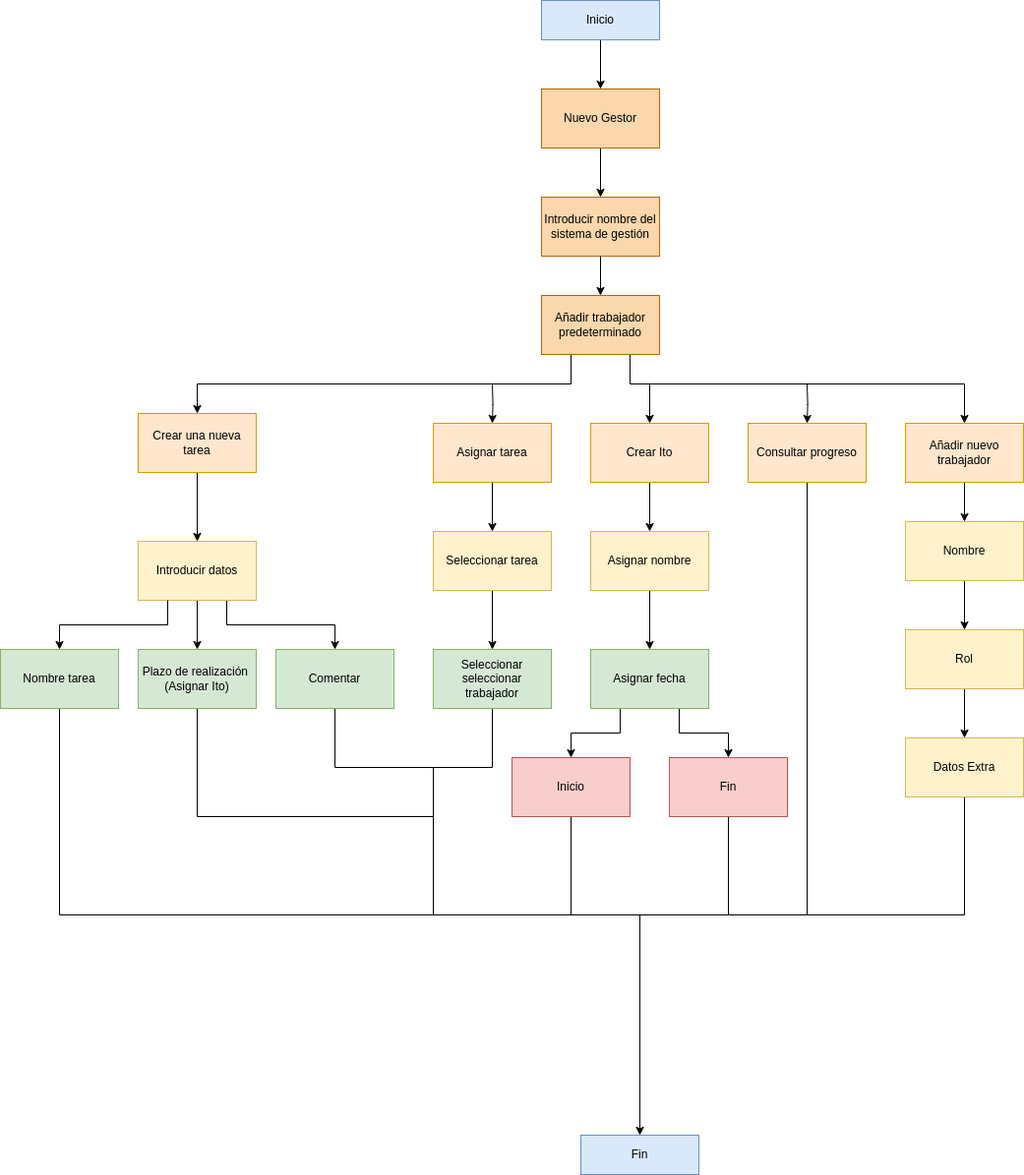
Before: ExamenDiagramaActividades3.png, a diagram exported from draw.io (PeterMartEsc/ETS). Source tidied: cells renumbered, new cells last; positions are measured from the earlier drawing's top-left corner, leaving out a move shared by most shapes. Source of this version:
```xml
<mxGraphModel>
  <root>
    <mxCell id="0" />
    <mxCell id="1" parent="0" />
    <mxCell id="2" style="edgeStyle=orthogonalEdgeStyle;rounded=0;jettySize=auto;html=1;exitX=0.5;exitY=1;exitDx=0;exitDy=0;entryX=0.5;entryY=0;entryDx=0;entryDy=0;" parent="1" edge="1" source="3" target="5">
      <mxGeometry relative="1" as="geometry" />
    </mxCell>
    <mxCell id="3" value="Inicio" style="rounded=0;whiteSpace=wrap;html=1;fillColor=#dae8fc;strokeColor=#6c8ebf;" parent="1" vertex="1">
      <mxGeometry x="550" width="120" height="40" as="geometry" />
    </mxCell>
    <mxCell id="4" style="edgeStyle=orthogonalEdgeStyle;rounded=0;jettySize=auto;html=1;exitX=0.5;exitY=1;exitDx=0;exitDy=0;entryX=0.5;entryY=0;entryDx=0;entryDy=0;" parent="1" edge="1" source="5" target="7">
      <mxGeometry relative="1" as="geometry" />
    </mxCell>
    <mxCell id="5" value="Nuevo Gestor" style="rounded=0;whiteSpace=wrap;html=1;fillColor=#fad7ac;strokeColor=#b46504;" parent="1" vertex="1">
      <mxGeometry x="550" y="90" width="120" height="60" as="geometry" />
    </mxCell>
    <mxCell id="6" style="edgeStyle=orthogonalEdgeStyle;rounded=0;jettySize=auto;html=1;exitX=0.5;exitY=1;exitDx=0;exitDy=0;entryX=0.5;entryY=0;entryDx=0;entryDy=0;" parent="1" edge="1" source="7" target="15">
      <mxGeometry relative="1" as="geometry" />
    </mxCell>
    <mxCell id="7" value="Introducir nombre del sistema de gestión" style="rounded=0;whiteSpace=wrap;html=1;fillColor=#fad7ac;strokeColor=#b46504;" parent="1" vertex="1">
      <mxGeometry x="550" y="200" width="120" height="60" as="geometry" />
    </mxCell>
    <mxCell id="8" style="edgeStyle=orthogonalEdgeStyle;rounded=0;jettySize=auto;html=1;exitX=0.5;exitY=1;exitDx=0;exitDy=0;entryX=0.5;entryY=0;entryDx=0;entryDy=0;" parent="1" edge="1" source="9" target="28">
      <mxGeometry relative="1" as="geometry" />
    </mxCell>
    <mxCell id="9" value="Crear una nueva tarea" style="rounded=0;whiteSpace=wrap;html=1;fillColor=#ffe6cc;strokeColor=#d79b00;" parent="1" vertex="1">
      <mxGeometry x="140" y="420" width="120" height="60" as="geometry" />
    </mxCell>
    <mxCell id="10" style="edgeStyle=orthogonalEdgeStyle;rounded=0;jettySize=auto;html=1;exitX=0.25;exitY=1;exitDx=0;exitDy=0;entryX=0.5;entryY=0;entryDx=0;entryDy=0;" parent="1" edge="1" source="15" target="9">
      <mxGeometry relative="1" as="geometry">
        <Array as="points">
          <mxPoint x="580" y="390" />
          <mxPoint x="200" y="390" />
        </Array>
      </mxGeometry>
    </mxCell>
    <mxCell id="11" style="edgeStyle=orthogonalEdgeStyle;rounded=0;jettySize=auto;html=1;entryX=0.5;entryY=0;entryDx=0;entryDy=0;" parent="1" edge="1" target="17">
      <mxGeometry relative="1" as="geometry">
        <mxPoint x="500" y="390" as="sourcePoint" />
      </mxGeometry>
    </mxCell>
    <mxCell id="12" style="edgeStyle=orthogonalEdgeStyle;rounded=0;jettySize=auto;html=1;exitX=0.75;exitY=1;exitDx=0;exitDy=0;entryX=0.5;entryY=0;entryDx=0;entryDy=0;" parent="1" edge="1" source="15" target="19">
      <mxGeometry relative="1" as="geometry">
        <Array as="points">
          <mxPoint x="640" y="390" />
          <mxPoint x="980" y="390" />
        </Array>
      </mxGeometry>
    </mxCell>
    <mxCell id="13" style="edgeStyle=orthogonalEdgeStyle;rounded=0;jettySize=auto;html=1;entryX=0.5;entryY=0;entryDx=0;entryDy=0;" parent="1" edge="1" target="21">
      <mxGeometry relative="1" as="geometry">
        <mxPoint x="820" y="390" as="sourcePoint" />
      </mxGeometry>
    </mxCell>
    <mxCell id="14" style="edgeStyle=orthogonalEdgeStyle;rounded=0;jettySize=auto;html=1;entryX=0.5;entryY=0;entryDx=0;entryDy=0;" parent="1" edge="1" target="23">
      <mxGeometry relative="1" as="geometry">
        <mxPoint x="660" y="390" as="sourcePoint" />
        <Array as="points">
          <mxPoint x="660" y="390" />
        </Array>
      </mxGeometry>
    </mxCell>
    <mxCell id="15" value="Añadir trabajador predeterminado" style="rounded=0;whiteSpace=wrap;html=1;fillColor=#fad7ac;strokeColor=#b46504;" parent="1" vertex="1">
      <mxGeometry x="550" y="300" width="120" height="60" as="geometry" />
    </mxCell>
    <mxCell id="16" style="edgeStyle=orthogonalEdgeStyle;rounded=0;jettySize=auto;html=1;exitX=0.5;exitY=1;exitDx=0;exitDy=0;entryX=0.5;entryY=0;entryDx=0;entryDy=0;" parent="1" edge="1" source="17" target="33">
      <mxGeometry relative="1" as="geometry" />
    </mxCell>
    <mxCell id="17" value="Asignar tarea" style="rounded=0;whiteSpace=wrap;html=1;fillColor=#ffe6cc;strokeColor=#d79b00;" parent="1" vertex="1">
      <mxGeometry x="440" y="430" width="120" height="60" as="geometry" />
    </mxCell>
    <mxCell id="18" style="edgeStyle=orthogonalEdgeStyle;rounded=0;jettySize=auto;html=1;exitX=0.5;exitY=1;exitDx=0;exitDy=0;entryX=0.5;entryY=0;entryDx=0;entryDy=0;" parent="1" edge="1" source="19" target="48">
      <mxGeometry relative="1" as="geometry" />
    </mxCell>
    <mxCell id="19" value="Añadir nuevo trabajador" style="rounded=0;whiteSpace=wrap;html=1;fillColor=#ffe6cc;strokeColor=#d79b00;" parent="1" vertex="1">
      <mxGeometry x="920" y="430" width="120" height="60" as="geometry" />
    </mxCell>
    <mxCell id="20" style="edgeStyle=orthogonalEdgeStyle;rounded=0;jettySize=auto;html=1;exitX=0.5;exitY=1;exitDx=0;exitDy=0;endArrow=none;endFill=0;" parent="1" edge="1" source="21">
      <mxGeometry relative="1" as="geometry">
        <mxPoint x="740" y="930" as="targetPoint" />
        <Array as="points">
          <mxPoint x="820" y="930" />
        </Array>
      </mxGeometry>
    </mxCell>
    <mxCell id="21" value="Consultar progreso" style="rounded=0;whiteSpace=wrap;html=1;fillColor=#ffe6cc;strokeColor=#d79b00;" parent="1" vertex="1">
      <mxGeometry x="760" y="430" width="120" height="60" as="geometry" />
    </mxCell>
    <mxCell id="22" style="edgeStyle=orthogonalEdgeStyle;rounded=0;jettySize=auto;html=1;exitX=0.5;exitY=1;exitDx=0;exitDy=0;entryX=0.5;entryY=0;entryDx=0;entryDy=0;" parent="1" edge="1" source="23" target="37">
      <mxGeometry relative="1" as="geometry" />
    </mxCell>
    <mxCell id="23" value="Crear Ito" style="rounded=0;whiteSpace=wrap;html=1;fillColor=#ffe6cc;strokeColor=#d79b00;" parent="1" vertex="1">
      <mxGeometry x="600" y="430" width="120" height="60" as="geometry" />
    </mxCell>
    <mxCell id="24" style="edgeStyle=orthogonalEdgeStyle;rounded=0;jettySize=auto;html=1;exitX=0.5;exitY=1;exitDx=0;exitDy=0;entryX=0.5;entryY=0;entryDx=0;entryDy=0;" parent="1" edge="1" source="25" target="53">
      <mxGeometry relative="1" as="geometry">
        <Array as="points">
          <mxPoint x="60" y="930" />
          <mxPoint x="650" y="930" />
        </Array>
      </mxGeometry>
    </mxCell>
    <mxCell id="25" value="Nombre tarea" style="rounded=0;whiteSpace=wrap;html=1;fillColor=#d5e8d4;strokeColor=#82b366;" parent="1" vertex="1">
      <mxGeometry y="660" width="120" height="60" as="geometry" />
    </mxCell>
    <mxCell id="26" style="edgeStyle=orthogonalEdgeStyle;rounded=0;jettySize=auto;html=1;exitX=0.5;exitY=1;exitDx=0;exitDy=0;entryX=0.5;entryY=0;entryDx=0;entryDy=0;" parent="1" edge="1" source="28" target="31">
      <mxGeometry relative="1" as="geometry" />
    </mxCell>
    <mxCell id="27" style="edgeStyle=orthogonalEdgeStyle;rounded=0;jettySize=auto;html=1;exitX=0.75;exitY=1;exitDx=0;exitDy=0;entryX=0.5;entryY=0;entryDx=0;entryDy=0;" parent="1" edge="1" source="28" target="46">
      <mxGeometry relative="1" as="geometry" />
    </mxCell>
    <mxCell id="28" value="Introducir datos" style="rounded=0;whiteSpace=wrap;html=1;fillColor=#fff2cc;strokeColor=#d6b656;" parent="1" vertex="1">
      <mxGeometry x="140" y="550" width="120" height="60" as="geometry" />
    </mxCell>
    <mxCell id="29" style="edgeStyle=orthogonalEdgeStyle;rounded=0;jettySize=auto;html=1;exitX=0.25;exitY=1;exitDx=0;exitDy=0;entryX=0.5;entryY=0;entryDx=0;entryDy=0;" parent="1" edge="1" source="28" target="25">
      <mxGeometry relative="1" as="geometry" />
    </mxCell>
    <mxCell id="30" style="edgeStyle=orthogonalEdgeStyle;rounded=0;jettySize=auto;html=1;exitX=0.5;exitY=1;exitDx=0;exitDy=0;endArrow=none;endFill=0;" parent="1" edge="1" source="31">
      <mxGeometry relative="1" as="geometry">
        <mxPoint x="440" y="930" as="targetPoint" />
        <Array as="points">
          <mxPoint x="200" y="830" />
          <mxPoint x="440" y="830" />
        </Array>
      </mxGeometry>
    </mxCell>
    <mxCell id="31" value="Plazo de realización&amp;nbsp;&lt;br&gt;(Asignar Ito)" style="rounded=0;whiteSpace=wrap;html=1;fillColor=#d5e8d4;strokeColor=#82b366;" parent="1" vertex="1">
      <mxGeometry x="140" y="660" width="120" height="60" as="geometry" />
    </mxCell>
    <mxCell id="32" style="edgeStyle=orthogonalEdgeStyle;rounded=0;jettySize=auto;html=1;exitX=0.5;exitY=1;exitDx=0;exitDy=0;entryX=0.5;entryY=0;entryDx=0;entryDy=0;" parent="1" edge="1" source="33" target="35">
      <mxGeometry relative="1" as="geometry" />
    </mxCell>
    <mxCell id="33" value="Seleccionar tarea" style="rounded=0;whiteSpace=wrap;html=1;fillColor=#fff2cc;strokeColor=#d6b656;" parent="1" vertex="1">
      <mxGeometry x="440" y="540" width="120" height="60" as="geometry" />
    </mxCell>
    <mxCell id="34" style="edgeStyle=orthogonalEdgeStyle;rounded=0;jettySize=auto;html=1;exitX=0.5;exitY=1;exitDx=0;exitDy=0;endArrow=none;endFill=0;" parent="1" edge="1" source="35">
      <mxGeometry relative="1" as="geometry">
        <mxPoint x="440" y="780" as="targetPoint" />
        <Array as="points">
          <mxPoint x="500" y="780" />
        </Array>
      </mxGeometry>
    </mxCell>
    <mxCell id="35" value="Seleccionar seleccionar trabajador" style="rounded=0;whiteSpace=wrap;html=1;fillColor=#d5e8d4;strokeColor=#82b366;" parent="1" vertex="1">
      <mxGeometry x="440" y="660" width="120" height="60" as="geometry" />
    </mxCell>
    <mxCell id="36" style="edgeStyle=orthogonalEdgeStyle;rounded=0;jettySize=auto;html=1;exitX=0.5;exitY=1;exitDx=0;exitDy=0;entryX=0.5;entryY=0;entryDx=0;entryDy=0;" parent="1" edge="1" source="37" target="40">
      <mxGeometry relative="1" as="geometry" />
    </mxCell>
    <mxCell id="37" value="Asignar nombre" style="rounded=0;whiteSpace=wrap;html=1;fillColor=#fff2cc;strokeColor=#d6b656;" parent="1" vertex="1">
      <mxGeometry x="600" y="540" width="120" height="60" as="geometry" />
    </mxCell>
    <mxCell id="38" style="edgeStyle=orthogonalEdgeStyle;rounded=0;jettySize=auto;html=1;exitX=0.25;exitY=1;exitDx=0;exitDy=0;entryX=0.5;entryY=0;entryDx=0;entryDy=0;" parent="1" edge="1" source="40" target="44">
      <mxGeometry relative="1" as="geometry" />
    </mxCell>
    <mxCell id="39" style="edgeStyle=orthogonalEdgeStyle;rounded=0;jettySize=auto;html=1;exitX=0.75;exitY=1;exitDx=0;exitDy=0;entryX=0.5;entryY=0;entryDx=0;entryDy=0;" parent="1" edge="1" source="40" target="42">
      <mxGeometry relative="1" as="geometry" />
    </mxCell>
    <mxCell id="40" value="Asignar fecha" style="rounded=0;whiteSpace=wrap;html=1;fillColor=#d5e8d4;strokeColor=#82b366;" parent="1" vertex="1">
      <mxGeometry x="600" y="660" width="120" height="60" as="geometry" />
    </mxCell>
    <mxCell id="41" style="edgeStyle=orthogonalEdgeStyle;rounded=0;jettySize=auto;html=1;endArrow=none;endFill=0;" parent="1" edge="1" source="42">
      <mxGeometry relative="1" as="geometry">
        <mxPoint x="580" y="930" as="targetPoint" />
        <Array as="points">
          <mxPoint x="740" y="930" />
        </Array>
      </mxGeometry>
    </mxCell>
    <mxCell id="42" value="Fin" style="rounded=0;whiteSpace=wrap;html=1;fillColor=#f8cecc;strokeColor=#b85450;" parent="1" vertex="1">
      <mxGeometry x="680" y="770" width="120" height="60" as="geometry" />
    </mxCell>
    <mxCell id="43" style="edgeStyle=orthogonalEdgeStyle;rounded=0;jettySize=auto;html=1;exitX=0.5;exitY=1;exitDx=0;exitDy=0;endArrow=none;endFill=0;" parent="1" edge="1" source="44">
      <mxGeometry relative="1" as="geometry">
        <mxPoint x="440" y="930" as="targetPoint" />
        <Array as="points">
          <mxPoint x="580" y="930" />
        </Array>
      </mxGeometry>
    </mxCell>
    <mxCell id="44" value="Inicio" style="rounded=0;whiteSpace=wrap;html=1;fillColor=#f8cecc;strokeColor=#b85450;" parent="1" vertex="1">
      <mxGeometry x="520" y="770" width="120" height="60" as="geometry" />
    </mxCell>
    <mxCell id="45" style="edgeStyle=orthogonalEdgeStyle;rounded=0;jettySize=auto;html=1;exitX=0.5;exitY=1;exitDx=0;exitDy=0;endArrow=none;endFill=0;" parent="1" edge="1" source="46">
      <mxGeometry relative="1" as="geometry">
        <mxPoint x="440" y="830" as="targetPoint" />
        <Array as="points">
          <mxPoint x="340" y="780" />
          <mxPoint x="440" y="780" />
        </Array>
      </mxGeometry>
    </mxCell>
    <mxCell id="46" value="Comentar" style="rounded=0;whiteSpace=wrap;html=1;fillColor=#d5e8d4;strokeColor=#82b366;" parent="1" vertex="1">
      <mxGeometry x="280" y="660" width="120" height="60" as="geometry" />
    </mxCell>
    <mxCell id="47" style="edgeStyle=orthogonalEdgeStyle;rounded=0;jettySize=auto;html=1;exitX=0.5;exitY=1;exitDx=0;exitDy=0;entryX=0.5;entryY=0;entryDx=0;entryDy=0;" parent="1" edge="1" source="48" target="50">
      <mxGeometry relative="1" as="geometry" />
    </mxCell>
    <mxCell id="48" value="Nombre" style="rounded=0;whiteSpace=wrap;html=1;fillColor=#fff2cc;strokeColor=#d6b656;" parent="1" vertex="1">
      <mxGeometry x="920" y="530" width="120" height="60" as="geometry" />
    </mxCell>
    <mxCell id="49" style="edgeStyle=orthogonalEdgeStyle;rounded=0;jettySize=auto;html=1;exitX=0.5;exitY=1;exitDx=0;exitDy=0;entryX=0.5;entryY=0;entryDx=0;entryDy=0;" parent="1" edge="1" source="50" target="52">
      <mxGeometry relative="1" as="geometry" />
    </mxCell>
    <mxCell id="50" value="Rol" style="rounded=0;whiteSpace=wrap;html=1;fillColor=#fff2cc;strokeColor=#d6b656;" parent="1" vertex="1">
      <mxGeometry x="920" y="640" width="120" height="60" as="geometry" />
    </mxCell>
    <mxCell id="51" style="edgeStyle=orthogonalEdgeStyle;rounded=0;jettySize=auto;html=1;exitX=0.5;exitY=1;exitDx=0;exitDy=0;endArrow=none;endFill=0;" parent="1" edge="1" source="52">
      <mxGeometry relative="1" as="geometry">
        <mxPoint x="820" y="930" as="targetPoint" />
        <Array as="points">
          <mxPoint x="980" y="930" />
        </Array>
      </mxGeometry>
    </mxCell>
    <mxCell id="52" value="Datos Extra" style="rounded=0;whiteSpace=wrap;html=1;fillColor=#fff2cc;strokeColor=#d6b656;" parent="1" vertex="1">
      <mxGeometry x="920" y="750" width="120" height="60" as="geometry" />
    </mxCell>
    <mxCell id="53" value="Fin" style="rounded=0;whiteSpace=wrap;html=1;fillColor=#dae8fc;strokeColor=#6c8ebf;" parent="1" vertex="1">
      <mxGeometry x="590" y="1154" width="120" height="40" as="geometry" />
    </mxCell>
  </root>
</mxGraphModel>
```
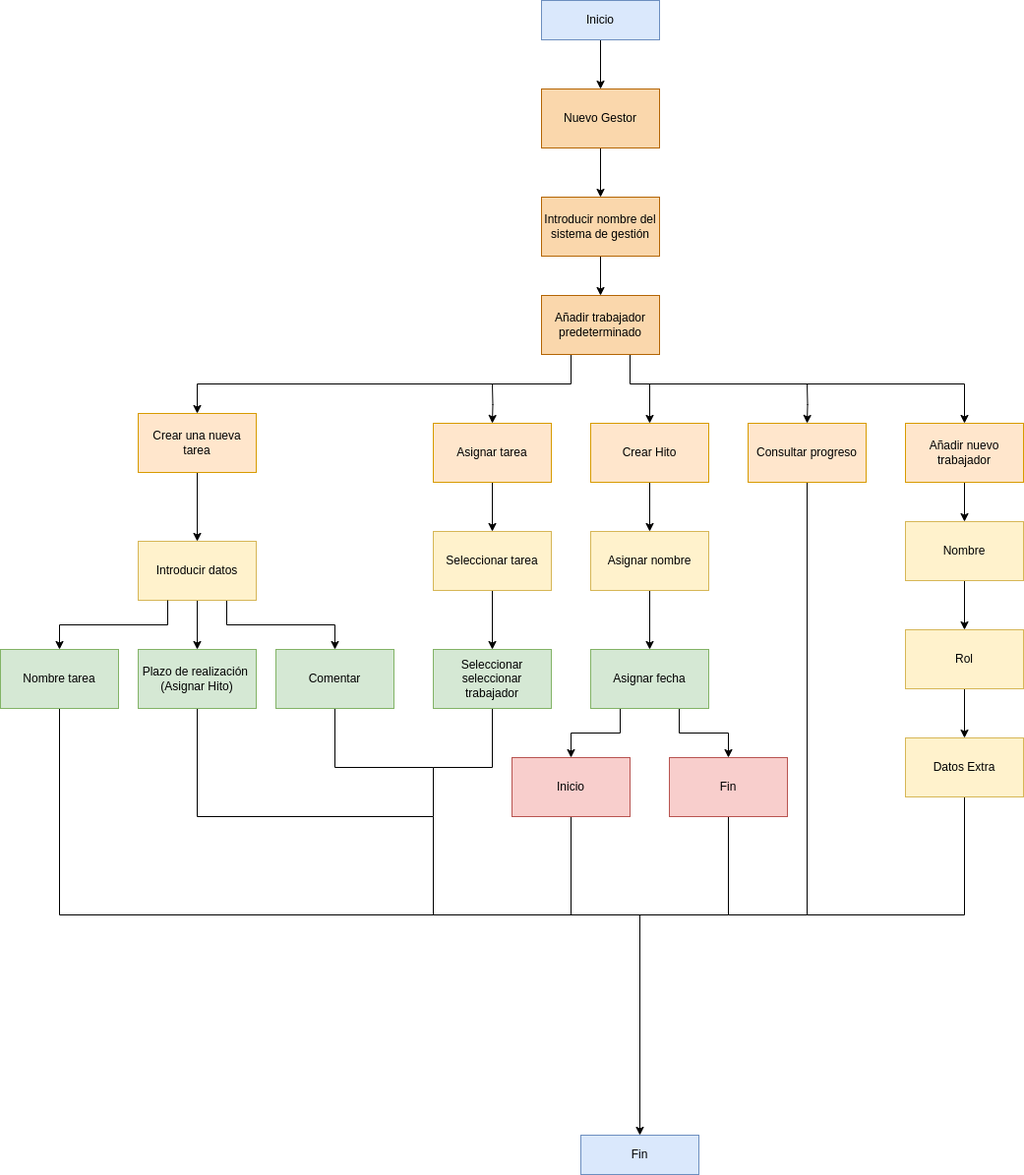
After the commit.

What changed in the source:
```diff
@@ -89,7 +89,7 @@
     <mxCell id="22" style="edgeStyle=orthogonalEdgeStyle;rounded=0;jettySize=auto;html=1;exitX=0.5;exitY=1;exitDx=0;exitDy=0;entryX=0.5;entryY=0;entryDx=0;entryDy=0;" parent="1" edge="1" source="23" target="37">
       <mxGeometry relative="1" as="geometry" />
     </mxCell>
-    <mxCell id="23" value="Crear Ito" style="rounded=0;whiteSpace=wrap;html=1;fillColor=#ffe6cc;strokeColor=#d79b00;" parent="1" vertex="1">
+    <mxCell id="23" value="Crear Hito" style="rounded=0;whiteSpace=wrap;html=1;fillColor=#ffe6cc;strokeColor=#d79b00;" parent="1" vertex="1">
       <mxGeometry x="600" y="430" width="120" height="60" as="geometry" />
     </mxCell>
     <mxCell id="24" style="edgeStyle=orthogonalEdgeStyle;rounded=0;jettySize=auto;html=1;exitX=0.5;exitY=1;exitDx=0;exitDy=0;entryX=0.5;entryY=0;entryDx=0;entryDy=0;" parent="1" edge="1" source="25" target="53">
@@ -124,7 +124,7 @@
         </Array>
       </mxGeometry>
     </mxCell>
-    <mxCell id="31" value="Plazo de realización&amp;nbsp;&lt;br&gt;(Asignar Ito)" style="rounded=0;whiteSpace=wrap;html=1;fillColor=#d5e8d4;strokeColor=#82b366;" parent="1" vertex="1">
+    <mxCell id="31" value="Plazo de realización&amp;nbsp;&lt;br&gt;(Asignar Hito)" style="rounded=0;whiteSpace=wrap;html=1;fillColor=#d5e8d4;strokeColor=#82b366;" parent="1" vertex="1">
       <mxGeometry x="140" y="660" width="120" height="60" as="geometry" />
     </mxCell>
     <mxCell id="32" style="edgeStyle=orthogonalEdgeStyle;rounded=0;jettySize=auto;html=1;exitX=0.5;exitY=1;exitDx=0;exitDy=0;entryX=0.5;entryY=0;entryDx=0;entryDy=0;" parent="1" edge="1" source="33" target="35">
```
